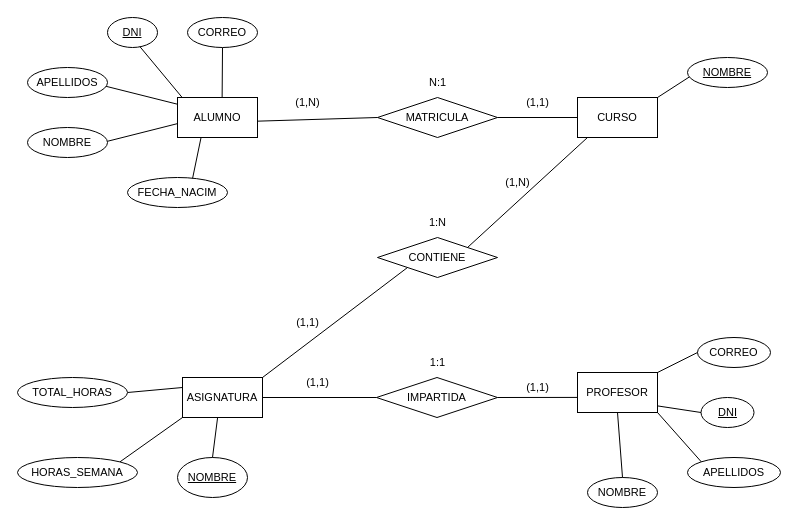
Above: page "centro-formacion-basico" (2 of 9) of bases-datos/diagrams.drawio in igardiet/dam (draw.io), before the change. Source tidied: cells renumbered, new cells numbered last; positions are measured from the earlier drawing's top-left corner, leaving out a move shared by most shapes. Both pictures are drawn from the tidied source at 100%, with x=0, y=0 at pixel (17, 17).
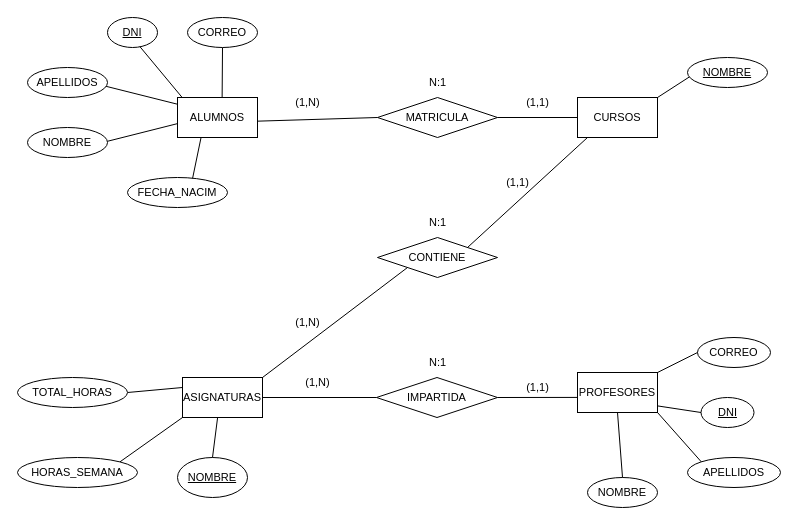
The same page after the edit.

Diff of the diagram source:
```diff
@@
-    <mxCell id="40" value="1:N" style="text;html=1;align=center;verticalAlign=middle;strokeColor=none;fillColor=none;fontSize=11;fontFamily=Helvetica;fontColor=default;" parent="1" vertex="1">
+    <mxCell id="40" value="N:1" style="text;html=1;align=center;verticalAlign=middle;strokeColor=none;fillColor=none;fontSize=11;fontFamily=Helvetica;fontColor=default;" parent="1" vertex="1">
       <mxGeometry x="400" y="190" width="40" height="30" as="geometry" />
     </mxCell>
-    <mxCell id="41" value="(1,1)" style="text;html=1;align=center;verticalAlign=middle;strokeColor=none;fillColor=none;fontSize=11;fontFamily=Helvetica;fontColor=default;" parent="1" vertex="1">
+    <mxCell id="41" value="(1,N)" style="text;html=1;align=center;verticalAlign=middle;strokeColor=none;fillColor=none;fontSize=11;fontFamily=Helvetica;fontColor=default;" parent="1" vertex="1">
       <mxGeometry x="265" y="290" width="50" height="30" as="geometry" />
     </mxCell>
-    <mxCell id="42" value="(1,N)" style="text;html=1;align=center;verticalAlign=middle;strokeColor=none;fillColor=none;fontSize=11;fontFamily=Helvetica;fontColor=default;" parent="1" vertex="1">
+    <mxCell id="42" value="(1,1)" style="text;html=1;align=center;verticalAlign=middle;strokeColor=none;fillColor=none;fontSize=11;fontFamily=Helvetica;fontColor=default;" parent="1" vertex="1">
       <mxGeometry x="475" y="150" width="50" height="30" as="geometry" />
     </mxCell>
-    <mxCell id="43" value="(1,1)" style="text;html=1;align=center;verticalAlign=middle;strokeColor=none;fillColor=none;fontSize=11;fontFamily=Helvetica;fontColor=default;" parent="1" vertex="1">
+    <mxCell id="43" value="(1,N)" style="text;html=1;align=center;verticalAlign=middle;strokeColor=none;fillColor=none;fontSize=11;fontFamily=Helvetica;fontColor=default;" parent="1" vertex="1">
       <mxGeometry x="275" y="350" width="50" height="30" as="geometry" />
     </mxCell>
-    <mxCell id="44" value="1:1" style="text;html=1;align=center;verticalAlign=middle;strokeColor=none;fillColor=none;fontSize=11;fontFamily=Helvetica;fontColor=default;" parent="1" vertex="1">
+    <mxCell id="44" value="N:1" style="text;html=1;align=center;verticalAlign=middle;strokeColor=none;fillColor=none;fontSize=11;fontFamily=Helvetica;fontColor=default;" parent="1" vertex="1">
       <mxGeometry x="399.5" y="330" width="40" height="30" as="geometry" />
     </mxCell>
@@
-    <mxCell id="46" value="PROFESOR" style="whiteSpace=wrap;html=1;align=center;fontFamily=Helvetica;fontSize=11;fontColor=default;" parent="1" vertex="1">
+    <mxCell id="46" value="PROFESORES" style="whiteSpace=wrap;html=1;align=center;fontFamily=Helvetica;fontSize=11;fontColor=default;" parent="1" vertex="1">
       <mxGeometry x="560" y="355" width="80" height="40" as="geometry" />
     </mxCell>
-    <mxCell id="47" value="ASIGNATURA" style="whiteSpace=wrap;html=1;align=center;fontFamily=Helvetica;fontSize=11;fontColor=default;" parent="1" vertex="1">
+    <mxCell id="47" value="ASIGNATURAS" style="whiteSpace=wrap;html=1;align=center;fontFamily=Helvetica;fontSize=11;fontColor=default;" parent="1" vertex="1">
       <mxGeometry x="165" y="360" width="80" height="40" as="geometry" />
     </mxCell>
-    <mxCell id="48" value="ALUMNO" style="whiteSpace=wrap;html=1;align=center;fontFamily=Helvetica;fontSize=11;fontColor=default;" parent="1" vertex="1">
+    <mxCell id="48" value="ALUMNOS" style="whiteSpace=wrap;html=1;align=center;fontFamily=Helvetica;fontSize=11;fontColor=default;" parent="1" vertex="1">
       <mxGeometry x="160" y="80" width="80" height="40" as="geometry" />
     </mxCell>
-    <mxCell id="49" value="CURSO" style="whiteSpace=wrap;html=1;align=center;fontFamily=Helvetica;fontSize=11;fontColor=default;" parent="1" vertex="1">
+    <mxCell id="49" value="CURSOS" style="whiteSpace=wrap;html=1;align=center;fontFamily=Helvetica;fontSize=11;fontColor=default;" parent="1" vertex="1">
       <mxGeometry x="560" y="80" width="80" height="40" as="geometry" />
     </mxCell>
```
